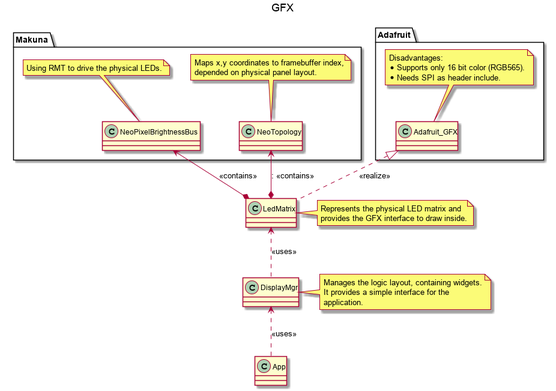
Earlier version of the PlantUML export doc/design/gfx.png (BlueAndi/Pixelix).
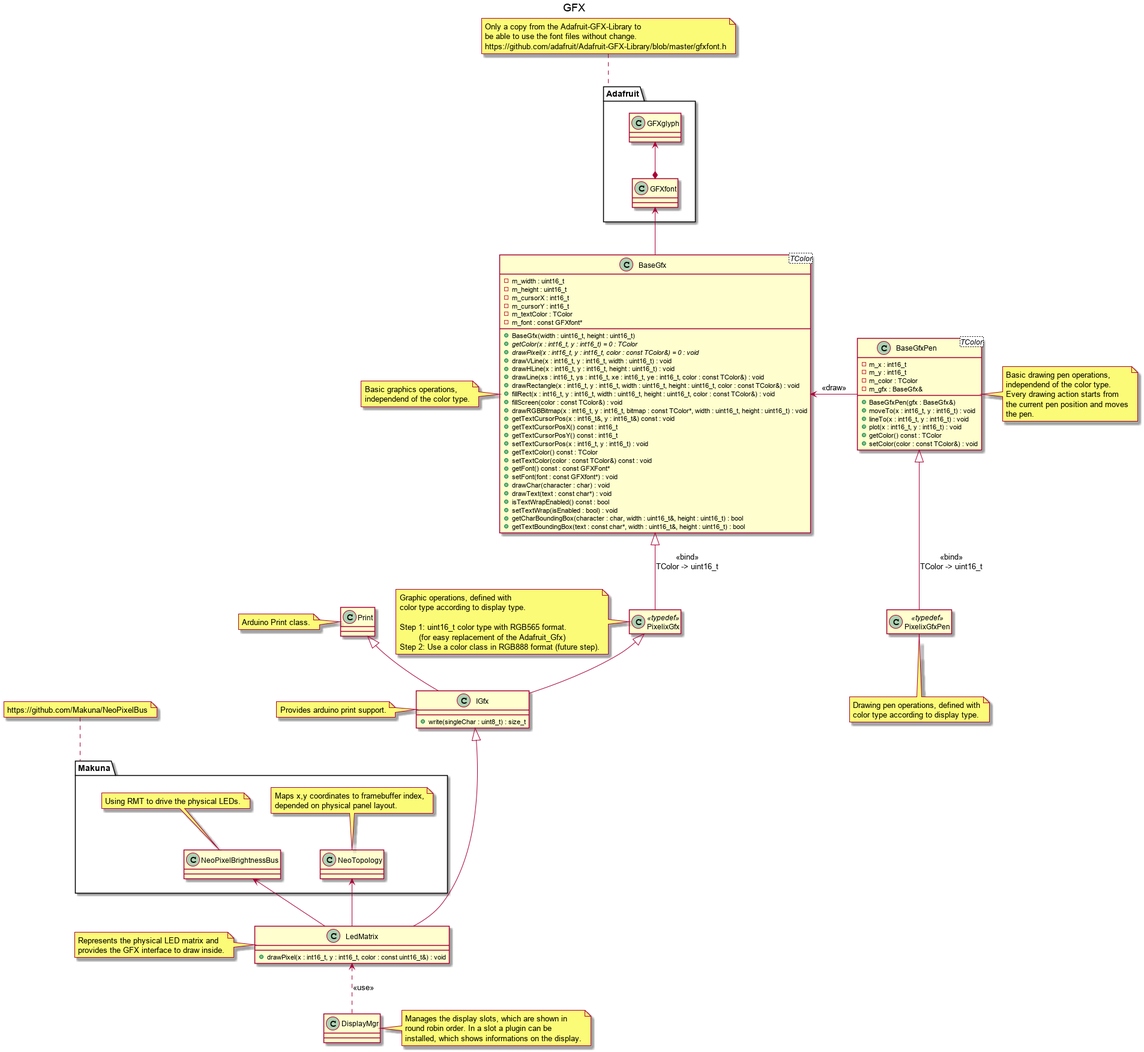
Later version of the same file.

The edit, as a diff of the source:
```diff
@@ -17,39 +17,149 @@
     end note
 }
 
+note top of Makuna
+    https://github.com/Makuna/NeoPixelBus
+end note
+
 package "Adafruit" {
-    class "Adafruit_GFX" as adafruitGfx
 
-    note top of adafruitGfx
-        Disadvantages:
-        * Supports only 16 bit color (RGB565).
-        * Needs SPI as header include.
-    end note
+    class "GFXglyph" as gfxGlyph
+    class "GFXfont" as gfxFont
+
+    gfxGlyph <--* gfxFont
 }
 
-class "LedMatrix" as ledMatrix
+note top of Adafruit
+    Only a copy from the Adafruit-GFX-Library to
+    be able to use the font files without change.
+    https://github.com/adafruit/Adafruit-GFX-Library/blob/master/gfxfont.h
+end note
 
-adafruitGfx <|.. ledMatrix: <<realize>>
-neoPixelBrightnessBus <--* ledMatrix: <<contains>>
-neoTopology <--* ledMatrix:: <<contains>>
+class "BaseGfx<TColor>" as baseGfx {
+    - m_width : uint16_t
+    - m_height : uint16_t
+    - m_cursorX : int16_t
+    - m_cursorY : int16_t
+    - m_textColor : TColor
+    - m_font : const GFXfont*
+    + BaseGfx(width : uint16_t, height : uint16_t)
+    + {abstract} getColor(x : int16_t, y : int16_t) = 0 : TColor
+    + {abstract} drawPixel(x : int16_t, y : int16_t, color : const TColor&) = 0 : void
+    + drawVLine(x : int16_t, y : int16_t, width : uint16_t) : void
+    + drawHLine(x : int16_t, y : int16_t, height : uint16_t) : void
+    + drawLine(xs : int16_t, ys : int16_t, xe : int16_t, ye : int16_t, color : const TColor&) : void
+    + drawRectangle(x : int16_t, y : int16_t, width : uint16_t, height : uint16_t, color : const TColor&) : void
+    + fillRect(x : int16_t, y : int16_t, width : uint16_t, height : uint16_t, color : const TColor&) : void
+    + fillScreen(color : const TColor&) : void
+    + drawRGBBitmap(x : int16_t, y : int16_t, bitmap : const TColor*, width : uint16_t, height : uint16_t) : void
+    + getTextCursorPos(x : int16_t&, y : int16_t&) const : void
+    + getTextCursorPosX() const : int16_t
+    + getTextCursorPosY() const : int16_t
+    + setTextCursorPos(x : int16_t, y : int16_t) : void
+    + getTextColor() const : TColor
+    + setTextColor(color : const TColor&) const : void
+    + getFont() const : const GFXFont*
+    + setFont(font : const GFXfont*) : void
+    + drawChar(character : char) : void
+    + drawText(text : const char*) : void
+    + isTextWrapEnabled() const : bool
+    + setTextWrap(isEnabled : bool) : void
+    + getCharBoundingBox(character : char, width : uint16_t&, height : uint16_t) : bool
+    + getTextBoundingBox(text : const char*, width : uint16_t&, height : uint16_t) : bool
+}
 
-note right of ledMatrix
+note left of baseGfx
+    Basic graphics operations,
+    independend of the color type.
+end note
+
+gfxFont <-- baseGfx
+
+class "BaseGfxPen<TColor>" as baseGfxPen {
+    - m_x : int16_t
+    - m_y : int16_t
+    - m_color : TColor
+    - m_gfx : BaseGfx&
+    + BaseGfxPen(gfx : BaseGfx&)
+    + moveTo(x : int16_t, y : int16_t) : void
+    + lineTo(x : int16_t, y : int16_t) : void
+    + plot(x : int16_t, y : int16_t) : void
+    + getColor() const : TColor
+    + setColor(color : const TColor&) : void
+}
+
+note right of baseGfxPen
+    Basic drawing pen operations,
+    independend of the color type.
+    Every drawing action starts from
+    the current pen position and moves
+    the pen.
+end note
+
+baseGfx <- baseGfxPen: <<draw>>
+
+class PixelixGfx <<typedef>>
+hide PixelixGfx members
+
+note left of PixelixGfx
+    Graphic operations, defined with
+    color type according to display type.
+
+    Step 1: uint16_t color type with RGB565 format.
+            (for easy replacement of the Adafruit_Gfx)
+    Step 2: Use a color class in RGB888 format (future step).
+end note
+
+baseGfx <|-- PixelixGfx: <<bind>>\nTColor -> uint16_t
+
+class PixelixGfxPen <<typedef>>
+hide PixelixGfxPen members
+
+note bottom of PixelixGfxPen
+    Drawing pen operations, defined with
+    color type according to display type.
+end note
+
+baseGfxPen <|-- PixelixGfxPen: <<bind>>\nTColor -> uint16_t
+
+class "Print" as print
+
+note left of print
+    Arduino Print class.
+end note
+
+class "IGfx" as igfx {
+    + write(singleChar : uint8_t) : size_t
+}
+
+note left of igfx
+    Provides arduino print support.
+end note
+
+PixelixGfx <|-- igfx
+print <|-- igfx
+
+class "LedMatrix" as ledMatrix {
+    + drawPixel(x : int16_t, y : int16_t, color : const uint16_t&) : void
+}
+
+note left of ledMatrix
     Represents the physical LED matrix and
     provides the GFX interface to draw inside.
 end note
 
+igfx <|---- ledMatrix
+neoPixelBrightnessBus <-- ledMatrix
+neoTopology <-- ledMatrix
+
 class "DisplayMgr" as displayMgr
 
-ledMatrix <.. displayMgr: <<uses>>
-
 note right of displayMgr
-    Manages the logic layout, containing widgets.
-    It provides a simple interface for the
-    application.
+    Manages the display slots, which are shown in
+    round robin order. In a slot a plugin can be
+    installed, which shows informations on the display.
 end note
 
-class "App" as app
-
-displayMgr <.. app: <<uses>>
+ledMatrix <.. displayMgr: <<use>>
 
 @enduml
```
